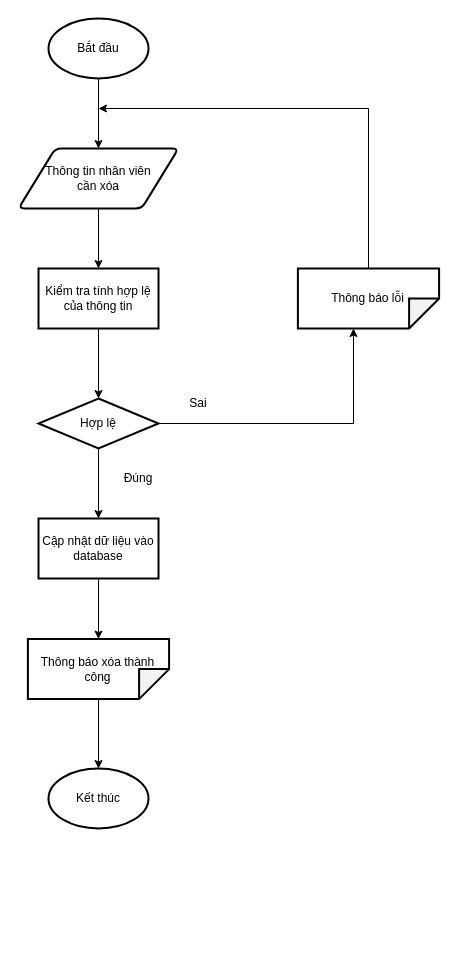
Above: BRD_PRD/PRD/drawio flow 2/flowXOANV.drawio in hungtadasuke/CoffeShop_SoftwareTechnology (draw.io), before the change. Source tidied: cells renumbered, new cells numbered last; positions are measured from the earlier drawing's top-left corner, leaving out a move shared by most shapes. Both pictures are drawn from the tidied source at 100%, with x=0, y=0 at pixel (18, 18).
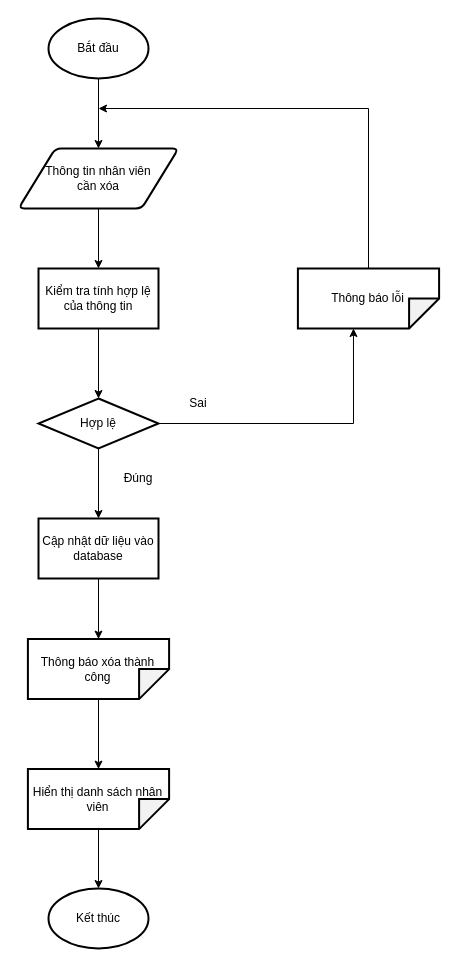
The same diagram, later.

The change refers to these unchanged cells:
```xml
<mxCell id="18" value="Thông báo xóa thành công" style="shape=note;whiteSpace=wrap;html=1;backgroundOutline=1;darkOpacity=0.05;strokeWidth=2;rotation=90;spacing=2;labelBorderColor=none;fontColor=default;verticalAlign=middle;horizontal=0;" parent="1" vertex="1">
  <mxGeometry x="50" y="580" width="60" height="141.2" as="geometry" />
</mxCell>
```

The edit, as a diff of the source:
```diff
@@
     <mxCell id="4" value="Kết thúc" style="strokeWidth=2;html=1;shape=mxgraph.flowchart.start_1;whiteSpace=wrap;" parent="1" vertex="1">
-      <mxGeometry x="30" y="750" width="100" height="60" as="geometry" />
+      <mxGeometry x="30" y="870" width="100" height="60" as="geometry" />
     </mxCell>
@@
-    <mxCell id="17" style="edgeStyle=orthogonalEdgeStyle;rounded=0;jettySize=auto;html=1;" parent="1" edge="1" source="18" target="4">
+    <mxCell id="17" style="edgeStyle=orthogonalEdgeStyle;rounded=0;jettySize=auto;html=1;startArrow=none;" parent="1" edge="1" source="20" target="4">
       <mxGeometry relative="1" as="geometry" />
     </mxCell>
@@
+    <mxCell id="20" value="Hiển thị danh sách nhân viên" style="shape=note;whiteSpace=wrap;html=1;backgroundOutline=1;darkOpacity=0.05;strokeWidth=2;rotation=90;spacing=2;labelBorderColor=none;fontColor=default;verticalAlign=middle;horizontal=0;" parent="1" vertex="1">
+      <mxGeometry x="50" y="710" width="60" height="141.2" as="geometry" />
+    </mxCell>
+    <mxCell id="21" style="edgeStyle=orthogonalEdgeStyle;rounded=0;jettySize=auto;html=1;endArrow=classic;endFill=1;" parent="1" edge="1" source="18" target="20">
+      <mxGeometry relative="1" as="geometry" />
+    </mxCell>
```
